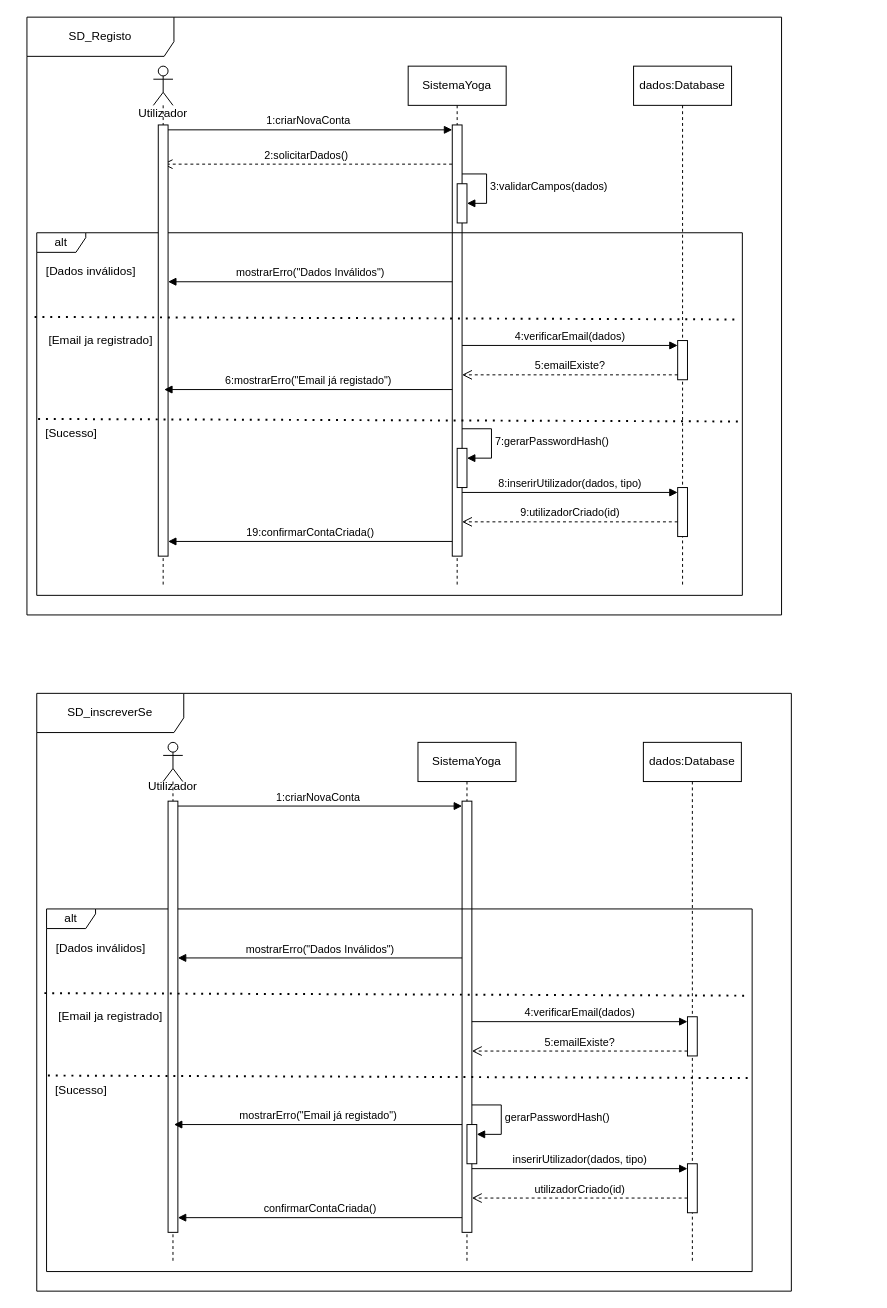
Above: page "Sequencia" (4 of 4) of Diagramas UML.drawio in Esmael285/TecWeb26 (draw.io), before the change. Source tidied: cells renumbered, new cells numbered last; positions are measured from the earlier drawing's top-left corner, leaving out a move shared by most shapes. Both pictures are drawn from the tidied source at 98%, with x=0, y=0 at pixel (17, 17).
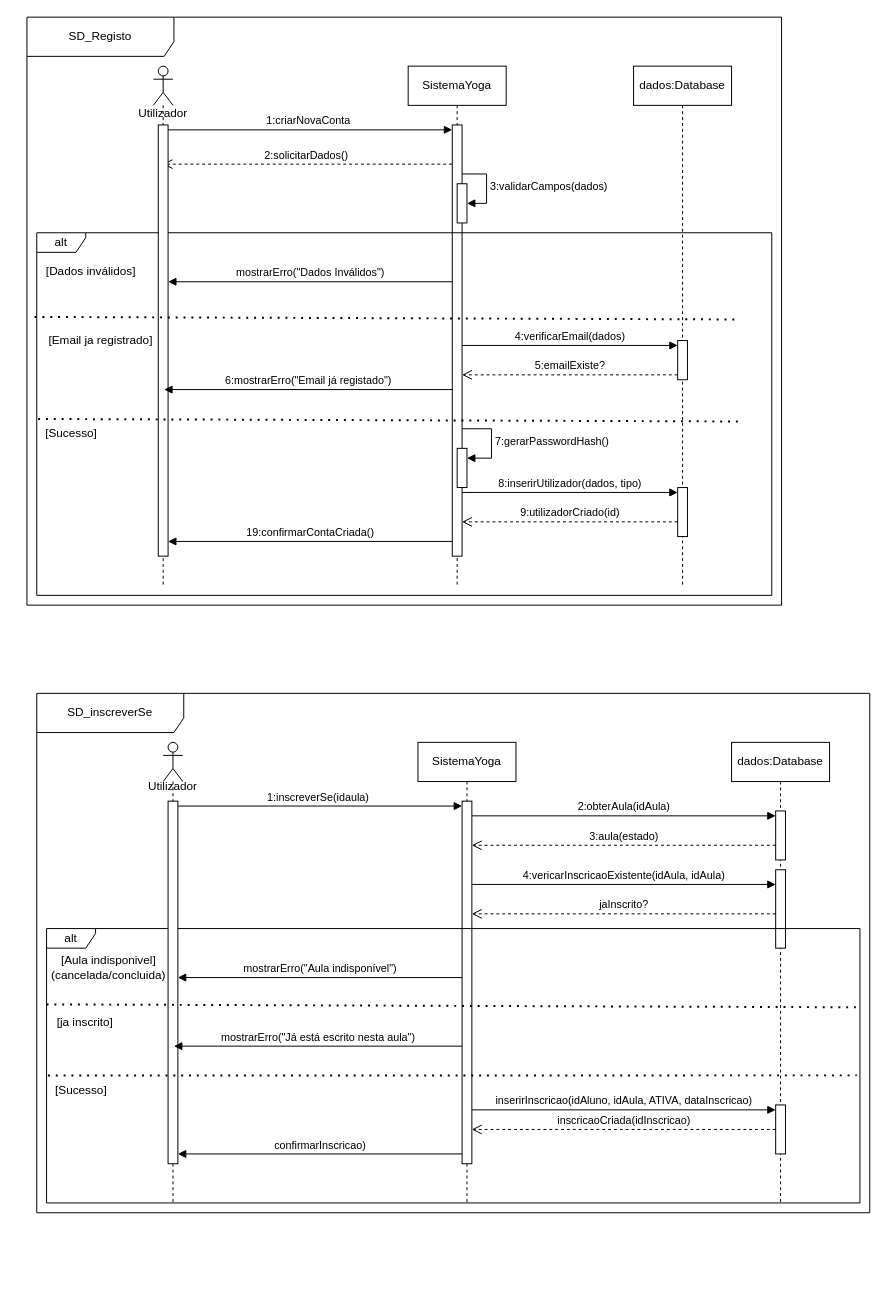
The same diagram, later.

Diff of the diagram source:
```diff
@@
     <mxCell id="2" value="SD_Registo" style="shape=umlFrame;whiteSpace=wrap;html=1;width=150;height=40;" parent="1" vertex="1">
-      <mxGeometry x="10" width="770" height="610" as="geometry" />
+      <mxGeometry x="10" width="770" height="600" as="geometry" />
     </mxCell>
@@
     <mxCell id="16" value="alt" style="shape=umlFrame;whiteSpace=wrap;html=1;width=50;height=20;" parent="1" vertex="1">
-      <mxGeometry x="20" y="220" width="720" height="370" as="geometry" />
+      <mxGeometry x="20" y="220" width="750" height="370" as="geometry" />
     </mxCell>
@@
     <mxCell id="29" value="SD_inscreverSe" style="shape=umlFrame;whiteSpace=wrap;html=1;width=150;height=40;" parent="1" vertex="1">
-      <mxGeometry x="20" y="690" width="770" height="610" as="geometry" />
+      <mxGeometry x="20" y="690" width="850" height="530" as="geometry" />
     </mxCell>
     <mxCell id="30" value="SistemaYoga" style="shape=umlLifeline;perimeter=lifelinePerimeter;whiteSpace=wrap;html=1;newEdgeStyle={&quot;curved&quot;:0,&quot;rounded&quot;:0};" parent="1" vertex="1">
-      <mxGeometry x="409" y="740" width="100" height="530" as="geometry" />
+      <mxGeometry x="409" y="740" width="100" height="470" as="geometry" />
     </mxCell>
     <mxCell id="31" style="html=1;points=[[0,0,0,0,5],[0,1,0,0,-5],[1,0,0,0,5],[1,1,0,0,-5]];perimeter=orthogonalPerimeter;outlineConnect=0;targetShapes=umlLifeline;portConstraint=eastwest;newEdgeStyle={&quot;curved&quot;:0,&quot;rounded&quot;:0};" parent="30" vertex="1">
-      <mxGeometry x="45" y="60" width="10" height="440" as="geometry" />
+      <mxGeometry x="45" y="60" width="10" height="370" as="geometry" />
     </mxCell>
-    <mxCell id="32" style="html=1;points=[[0,0,0,0,5],[0,1,0,0,-5],[1,0,0,0,5],[1,1,0,0,-5]];perimeter=orthogonalPerimeter;outlineConnect=0;targetShapes=umlLifeline;portConstraint=eastwest;newEdgeStyle={&quot;curved&quot;:0,&quot;rounded&quot;:0};" parent="30" vertex="1">
-      <mxGeometry x="50" y="390" width="10" height="40" as="geometry" />
-    </mxCell>
-    <mxCell id="33" value="gerarPasswordHash()" style="html=1;align=left;spacingLeft=2;endArrow=block;rounded=0;edgeStyle=orthogonalEdgeStyle;curved=0;rounded=0;" parent="30" edge="1" target="32">
-      <mxGeometry relative="1" as="geometry">
-        <mxPoint x="55" y="370" as="sourcePoint" />
-        <Array as="points">
-          <mxPoint x="85" y="400" />
-        </Array>
-      </mxGeometry>
-    </mxCell>
     <mxCell id="34" value="dados:Database" style="shape=umlLifeline;perimeter=lifelinePerimeter;whiteSpace=wrap;html=1;newEdgeStyle={&quot;curved&quot;:0,&quot;rounded&quot;:0};" parent="1" vertex="1">
-      <mxGeometry x="639" y="740" width="100" height="530" as="geometry" />
+      <mxGeometry x="729" y="740" width="100" height="470" as="geometry" />
     </mxCell>
-    <mxCell id="35" style="html=1;points=[[0,0,0,0,5],[0,1,0,0,-5],[1,0,0,0,5],[1,1,0,0,-5]];perimeter=orthogonalPerimeter;outlineConnect=0;targetShapes=umlLifeline;portConstraint=eastwest;newEdgeStyle={&quot;curved&quot;:0,&quot;rounded&quot;:0};" parent="34" vertex="1">
-      <mxGeometry x="45" y="280" width="10" height="40" as="geometry" />
-    </mxCell>
     <mxCell id="36" style="html=1;points=[[0,0,0,0,5],[0,1,0,0,-5],[1,0,0,0,5],[1,1,0,0,-5]];perimeter=orthogonalPerimeter;outlineConnect=0;targetShapes=umlLifeline;portConstraint=eastwest;newEdgeStyle={&quot;curved&quot;:0,&quot;rounded&quot;:0};" parent="34" vertex="1">
-      <mxGeometry x="45" y="430" width="10" height="50" as="geometry" />
+      <mxGeometry x="45" y="370" width="10" height="50" as="geometry" />
     </mxCell>
+    <mxCell id="55" style="html=1;points=[[0,0,0,0,5],[0,1,0,0,-5],[1,0,0,0,5],[1,1,0,0,-5]];perimeter=orthogonalPerimeter;outlineConnect=0;targetShapes=umlLifeline;portConstraint=eastwest;newEdgeStyle={&quot;curved&quot;:0,&quot;rounded&quot;:0};" parent="34" vertex="1">
+      <mxGeometry x="45" y="70" width="10" height="50" as="geometry" />
+    </mxCell>
+    <mxCell id="56" style="html=1;perimeter=orthogonalPerimeter;targetShapes=umlLifeline;newEdgeStyle={&quot;curved&quot;:0,&quot;rounded&quot;:0};" parent="34" vertex="1">
+      <mxGeometry x="45" y="130" width="10" height="80" as="geometry" />
+    </mxCell>
-    <mxCell id="37" value="1:criarNovaConta" style="html=1;verticalAlign=bottom;endArrow=block;curved=0;rounded=0;entryX=0;entryY=0;entryDx=0;entryDy=5;" parent="1" edge="1" source="41" target="31">
+    <mxCell id="37" value="1:inscreverSe(idaula)" style="html=1;verticalAlign=bottom;endArrow=block;curved=0;rounded=0;entryX=0;entryY=0;entryDx=0;entryDy=5;" parent="1" edge="1" source="41" target="31">
       <mxGeometry relative="1" as="geometry" />
     </mxCell>
-    <mxCell id="38" value="4:verificarEmail(dados)" style="html=1;verticalAlign=bottom;endArrow=block;curved=0;rounded=0;entryX=0;entryY=0;entryDx=0;entryDy=5;" parent="1" edge="1" source="31" target="35">
-      <mxGeometry relative="1" as="geometry" />
-    </mxCell>
-    <mxCell id="39" value="5:emailExiste?" style="html=1;verticalAlign=bottom;endArrow=open;dashed=1;endSize=8;curved=0;rounded=0;exitX=0;exitY=1;exitDx=0;exitDy=-5;exitPerimeter=0;" parent="1" edge="1" source="35" target="31">
-      <mxGeometry relative="1" as="geometry" />
-    </mxCell>
     <mxCell id="40" value="alt" style="shape=umlFrame;whiteSpace=wrap;html=1;width=50;height=20;" parent="1" vertex="1">
-      <mxGeometry x="30" y="910" width="720" height="370" as="geometry" />
+      <mxGeometry x="30" y="930" width="830" height="280" as="geometry" />
     </mxCell>
     <mxCell id="41" style="shape=umlLifeline;perimeter=lifelinePerimeter;whiteSpace=wrap;html=1;outlineConnect=0;portConstraint=eastwest;newEdgeStyle={&quot;curved&quot;:0,&quot;rounded&quot;:0};participant=umlActor;size=40;align=center;" parent="1" vertex="1">
-      <mxGeometry x="149" y="740" width="20" height="530" as="geometry" />
+      <mxGeometry x="149" y="740" width="20" height="470" as="geometry" />
     </mxCell>
     <mxCell id="42" style="html=1;points=[[0,0,0,0,5],[0,1,0,0,-5],[1,0,0,0,5],[1,1,0,0,-5]];perimeter=orthogonalPerimeter;outlineConnect=0;targetShapes=umlLifeline;portConstraint=eastwest;newEdgeStyle={&quot;curved&quot;:0,&quot;rounded&quot;:0};" parent="41" vertex="1">
-      <mxGeometry x="5" y="60" width="10" height="440" as="geometry" />
+      <mxGeometry x="5" y="60" width="10" height="370" as="geometry" />
     </mxCell>
-    <mxCell id="43" value="[Dados inválidos]" style="text;html=1;whiteSpace=wrap;strokeColor=none;fillColor=none;align=center;verticalAlign=middle;rounded=0;" parent="1" vertex="1">
-      <mxGeometry x="30" y="940" width="111" height="20" as="geometry" />
+    <mxCell id="43" value="[Aula indisponivel]&lt;div&gt;(cancelada/concluida)&lt;/div&gt;" style="text;html=1;whiteSpace=wrap;strokeColor=none;fillColor=none;align=center;verticalAlign=middle;rounded=0;" parent="1" vertex="1">
+      <mxGeometry x="38" y="960" width="111" height="20" as="geometry" />
     </mxCell>
-    <mxCell id="44" value="mostrarErro(&quot;Dados Inválidos&quot;)" style="html=1;verticalAlign=bottom;endArrow=block;curved=0;rounded=0;" parent="1" edge="1" target="42">
+    <mxCell id="44" value="mostrarErro(&quot;Aula indisponível&quot;)" style="html=1;verticalAlign=bottom;endArrow=block;curved=0;rounded=0;" parent="1" edge="1">
       <mxGeometry relative="1" as="geometry">
-        <mxPoint x="454" y="960" as="sourcePoint" />
+        <mxPoint x="454" y="980" as="sourcePoint" />
+        <mxPoint x="164" y="980" as="targetPoint" />
       </mxGeometry>
     </mxCell>
-    <mxCell id="45" value="mostrarErro(&quot;Email já registado&quot;)" style="html=1;verticalAlign=bottom;endArrow=block;curved=0;rounded=0;" parent="1" edge="1">
+    <mxCell id="45" value="mostrarErro(&quot;Já está escrito nesta aula&quot;)" style="html=1;verticalAlign=bottom;endArrow=block;curved=0;rounded=0;" parent="1" edge="1">
       <mxGeometry relative="1" as="geometry">
-        <mxPoint x="454" y="1130" as="sourcePoint" />
-        <mxPoint x="160" y="1130" as="targetPoint" />
+        <mxPoint x="454" y="1050" as="sourcePoint" />
+        <mxPoint x="160" y="1050" as="targetPoint" />
       </mxGeometry>
     </mxCell>
-    <mxCell id="46" style="endArrow=none;dashed=1;html=1;dashPattern=1 3;strokeWidth=2;rounded=0;entryX=0.995;entryY=0.158;entryDx=0;entryDy=0;entryPerimeter=0;exitX=-0.003;exitY=0.151;exitDx=0;exitDy=0;exitPerimeter=0;" parent="1" edge="1">
+    <mxCell id="46" style="endArrow=none;dashed=1;html=1;dashPattern=1 3;strokeWidth=2;rounded=0;entryX=0.995;entryY=0.287;entryDx=0;entryDy=0;entryPerimeter=0;exitX=-0.003;exitY=0.151;exitDx=0;exitDy=0;exitPerimeter=0;" parent="1" edge="1" target="40">
       <mxGeometry relative="1" as="geometry">
-        <mxPoint x="27.8" y="995.9" as="sourcePoint" />
-        <mxPoint x="746.4" y="998.5" as="targetPoint" />
+        <mxPoint x="30" y="1007.4" as="sourcePoint" />
       </mxGeometry>
     </mxCell>
@@
-    <mxCell id="48" value="inserirUtilizador(dados, tipo)" style="html=1;verticalAlign=bottom;endArrow=block;curved=0;rounded=0;entryX=0;entryY=0;entryDx=0;entryDy=5;" parent="1" edge="1" source="31" target="36">
+    <mxCell id="48" value="inserirInscricao(idAluno, idAula, ATIVA, dataInscricao)" style="html=1;verticalAlign=bottom;endArrow=block;curved=0;rounded=0;entryX=0;entryY=0;entryDx=0;entryDy=5;" parent="1" edge="1" source="31" target="36">
       <mxGeometry relative="1" as="geometry" />
     </mxCell>
-    <mxCell id="49" value="utilizadorCriado(id)" style="html=1;verticalAlign=bottom;endArrow=open;dashed=1;endSize=8;curved=0;rounded=0;exitX=0;exitY=1;exitDx=0;exitDy=-5;" parent="1" edge="1">
-      <mxGeometry relative="1" as="geometry">
-        <mxPoint x="684" y="1205" as="sourcePoint" />
-        <mxPoint x="464" y="1205" as="targetPoint" />
-      </mxGeometry>
+    <mxCell id="49" value="inscricaoCriada(idInscricao)" style="html=1;verticalAlign=bottom;endArrow=open;dashed=1;endSize=8;curved=0;rounded=0;" parent="1" edge="1" source="36" target="31">
+      <mxGeometry relative="1" as="geometry" />
     </mxCell>
-    <mxCell id="50" value="confirmarContaCriada()" style="html=1;verticalAlign=bottom;endArrow=block;curved=0;rounded=0;" parent="1" edge="1">
+    <mxCell id="50" value="confirmarInscricao)" style="html=1;verticalAlign=bottom;endArrow=block;curved=0;rounded=0;" parent="1" edge="1">
       <mxGeometry relative="1" as="geometry">
-        <mxPoint x="454" y="1225" as="sourcePoint" />
-        <mxPoint x="164" y="1225" as="targetPoint" />
+        <mxPoint x="454" y="1160" as="sourcePoint" />
+        <mxPoint x="164" y="1160" as="targetPoint" />
       </mxGeometry>
     </mxCell>
-    <mxCell id="51" value="[Email ja registrado]" style="text;html=1;whiteSpace=wrap;strokeColor=none;fillColor=none;align=center;verticalAlign=middle;rounded=0;" parent="1" vertex="1">
-      <mxGeometry x="40" y="1010" width="111" height="20" as="geometry" />
+    <mxCell id="51" value="[ja inscrito]" style="text;html=1;whiteSpace=wrap;strokeColor=none;fillColor=none;align=center;verticalAlign=middle;rounded=0;" parent="1" vertex="1">
+      <mxGeometry x="14" y="1016" width="111" height="20" as="geometry" />
     </mxCell>
-    <mxCell id="52" style="endArrow=none;dashed=1;html=1;dashPattern=1 3;strokeWidth=2;rounded=0;entryX=0.995;entryY=0.158;entryDx=0;entryDy=0;entryPerimeter=0;exitX=-0.003;exitY=0.151;exitDx=0;exitDy=0;exitPerimeter=0;" parent="1" edge="1">
+    <mxCell id="52" style="endArrow=none;dashed=1;html=1;dashPattern=1 3;strokeWidth=2;rounded=0;entryX=0.996;entryY=0.535;entryDx=0;entryDy=0;entryPerimeter=0;exitX=-0.003;exitY=0.151;exitDx=0;exitDy=0;exitPerimeter=0;" parent="1" edge="1" target="40">
       <mxGeometry relative="1" as="geometry">
         <mxPoint x="31.4" y="1080" as="sourcePoint" />
-        <mxPoint x="750" y="1082.6" as="targetPoint" />
       </mxGeometry>
     </mxCell>
@@
+    <mxCell id="57" value="2:obterAula(idAula)" style="html=1;verticalAlign=bottom;endArrow=block;curved=0;rounded=0;entryX=0;entryY=0;entryDx=0;entryDy=5;" parent="1" edge="1" source="31" target="55">
+      <mxGeometry relative="1" as="geometry" />
+    </mxCell>
+    <mxCell id="58" value="3:aula(estado)" style="html=1;verticalAlign=bottom;endArrow=open;dashed=1;endSize=8;curved=0;rounded=0;" parent="1" edge="1" source="55">
+      <mxGeometry relative="1" as="geometry">
+        <mxPoint x="464" y="845" as="targetPoint" />
+      </mxGeometry>
+    </mxCell>
+    <mxCell id="59" value="4:vericarInscricaoExistente(idAula, idAula)" style="html=1;verticalAlign=bottom;endArrow=block;curved=0;rounded=0;entryX=0;entryY=0;entryDx=0;entryDy=5;" parent="1" edge="1">
+      <mxGeometry relative="1" as="geometry">
+        <mxPoint x="464" y="885" as="sourcePoint" />
+        <mxPoint x="774" y="885" as="targetPoint" />
+      </mxGeometry>
+    </mxCell>
+    <mxCell id="60" value="jaInscrito?" style="html=1;verticalAlign=bottom;endArrow=open;dashed=1;endSize=8;curved=0;rounded=0;" parent="1" edge="1">
+      <mxGeometry relative="1" as="geometry">
+        <mxPoint x="774" y="915" as="sourcePoint" />
+        <mxPoint x="464" y="915" as="targetPoint" />
+      </mxGeometry>
+    </mxCell>
```
